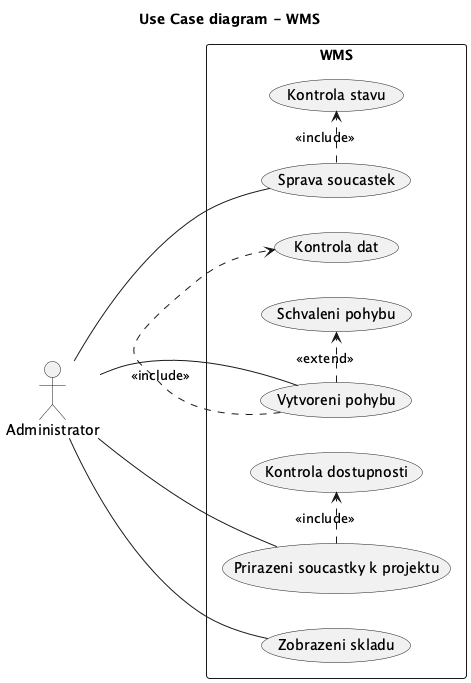
Earlier version of the PlantUML export docs/images/11_use_case.png (lkvapil/wms-elektronicke-soucastky).
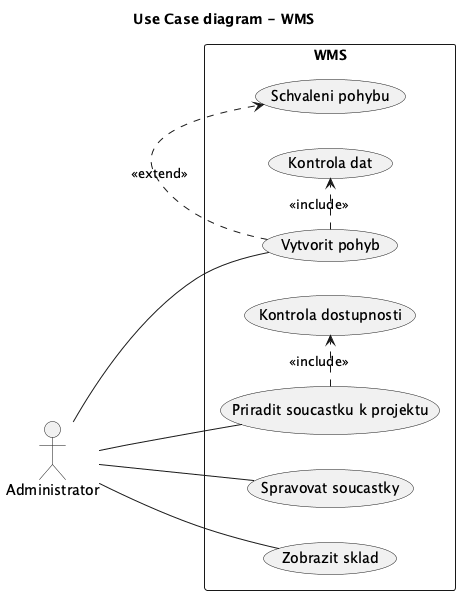
Later version of the same file.

Change to the diagram source:
```diff
@@ -6,16 +6,14 @@
 
 rectangle WMS {
 
-  Administrator -- (Sprava soucastek)
-  Administrator -- (Vytvoreni pohybu)
-  Administrator -- (Prirazeni soucastky k projektu)
-  Administrator -- (Zobrazeni skladu)
+  Administrator -- (Vytvorit pohyb)
+  Administrator -- (Spravovat soucastky)
+  Administrator -- (Priradit soucastku k projektu)
+  Administrator -- (Zobrazit sklad)
 
-  (Sprava soucastek) .> (Kontrola stavu) : <<include>>
-  (Vytvoreni pohybu) .> (Kontrola dat) : <<include>>
-  (Prirazeni soucastky k projektu) .> (Kontrola dostupnosti) : <<include>>
-
-  (Vytvoreni pohybu) .> (Schvaleni pohybu) : <<extend>>
+  (Vytvorit pohyb) .> (Kontrola dat) : <<include>>
+  (Priradit soucastku k projektu) .> (Kontrola dostupnosti) : <<include>>
+  (Vytvorit pohyb) .> (Schvaleni pohybu) : <<extend>>
 
 }
 
```
